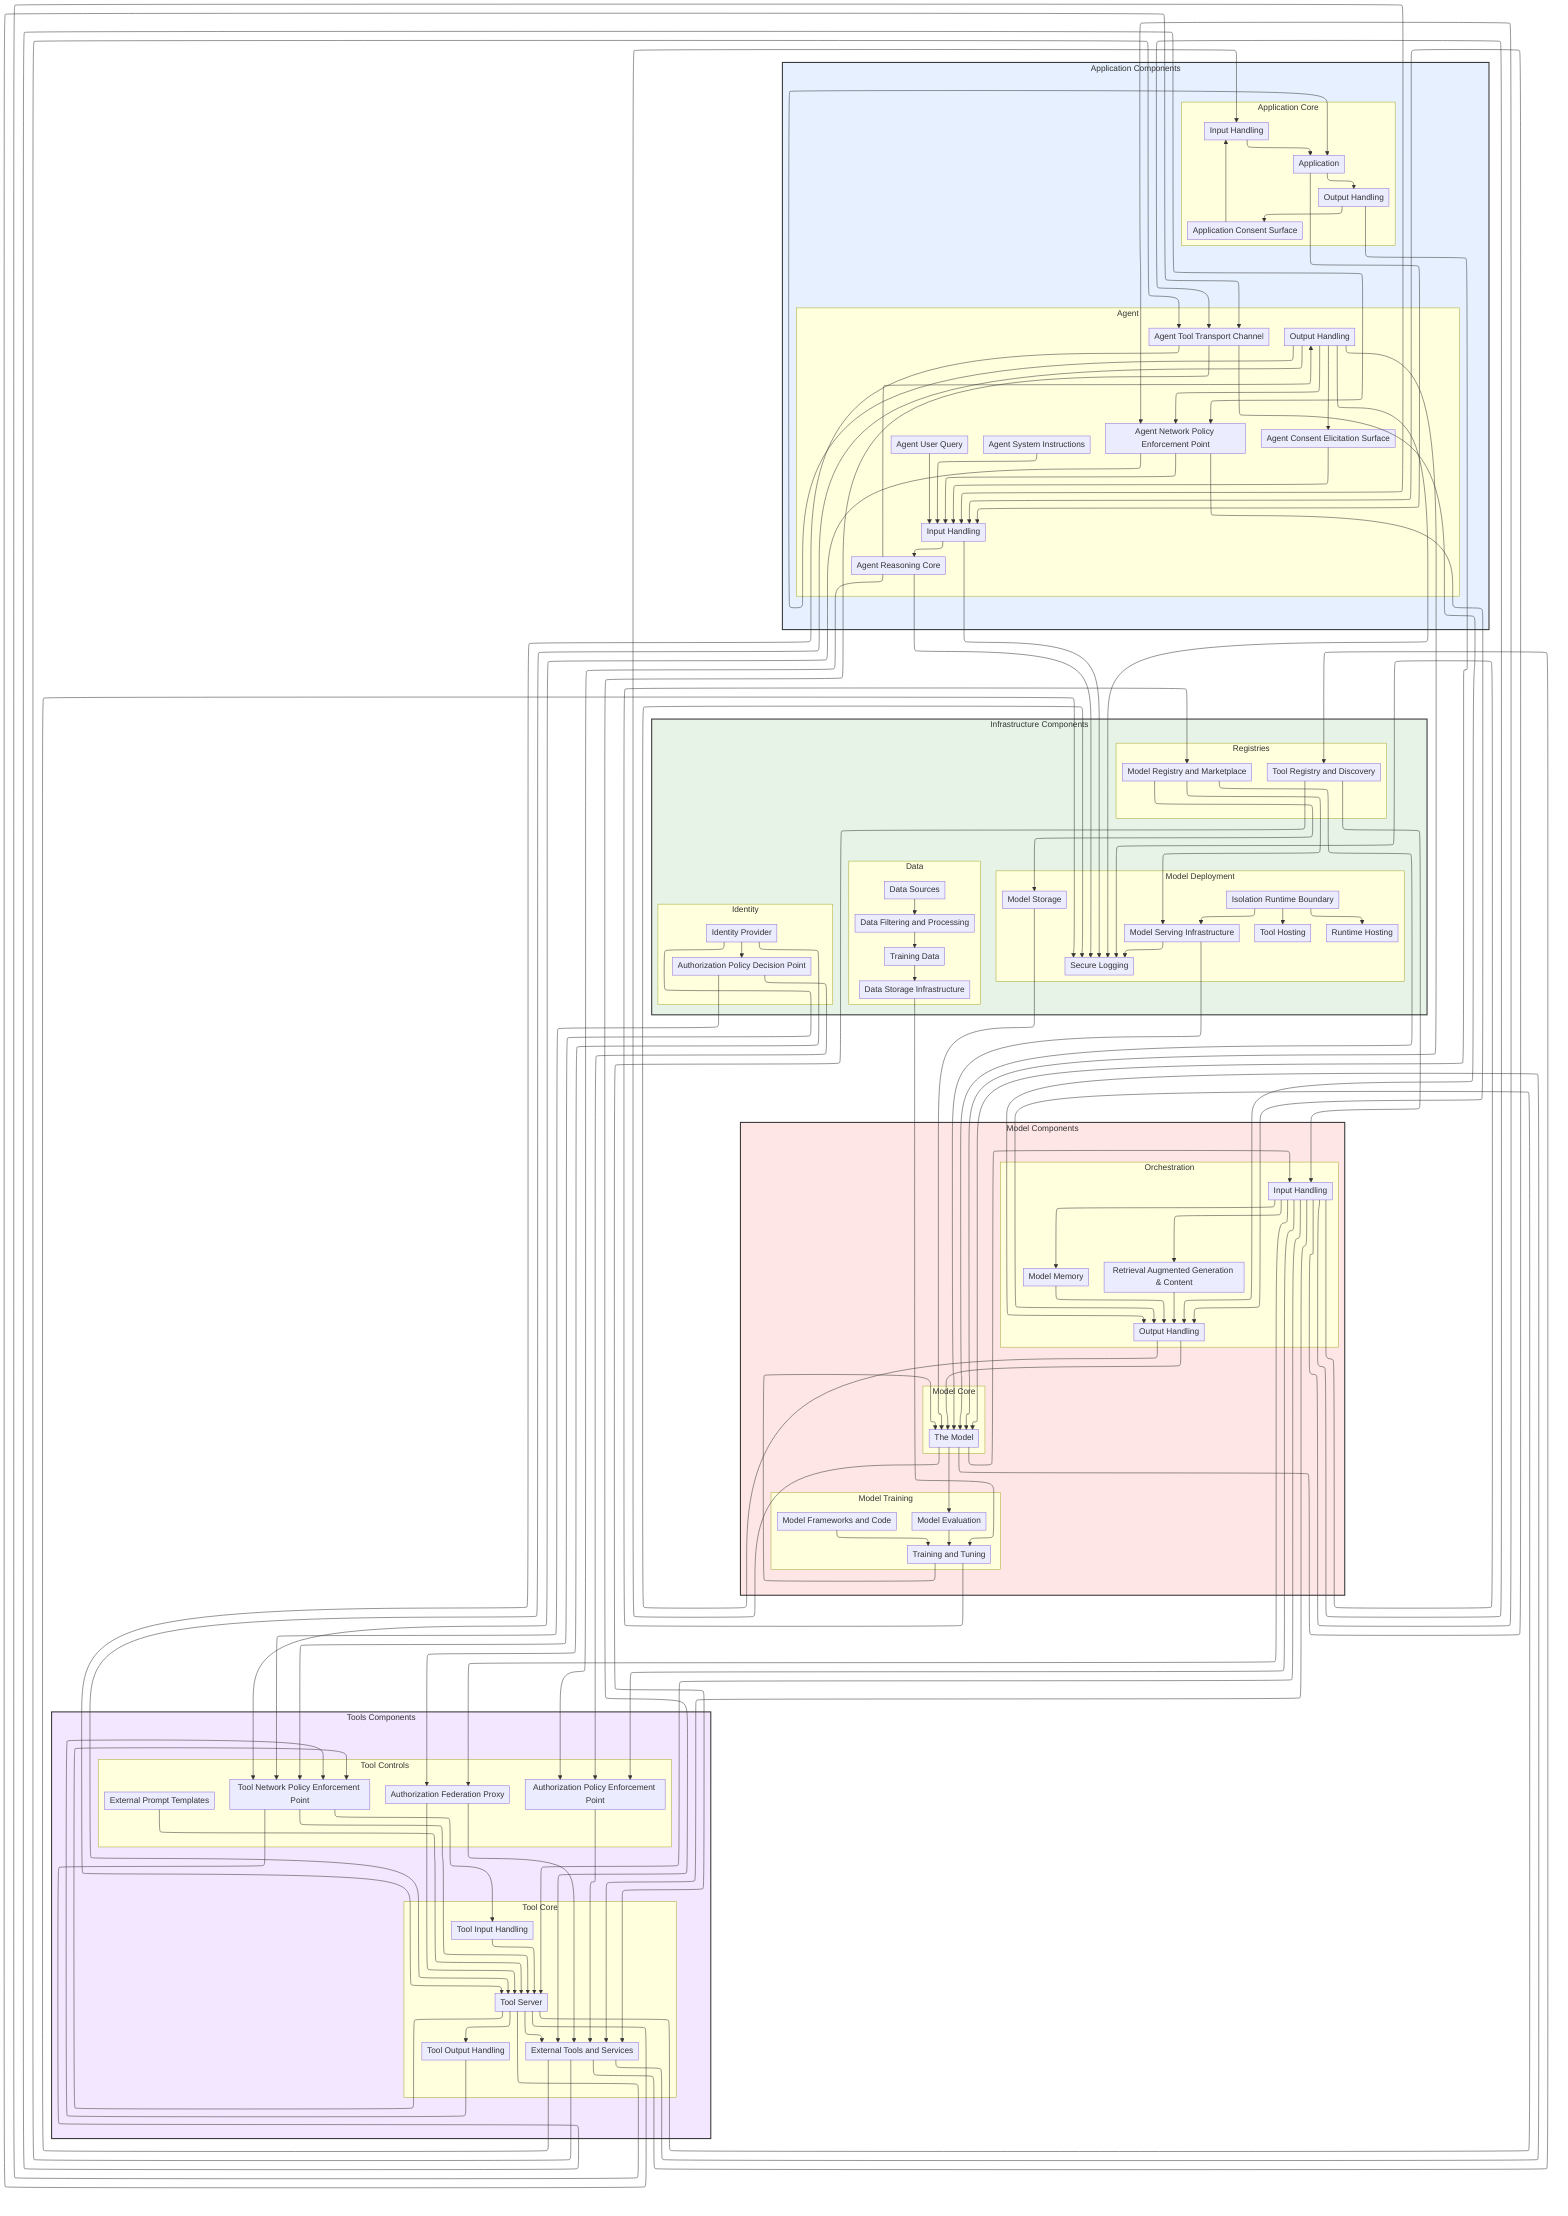
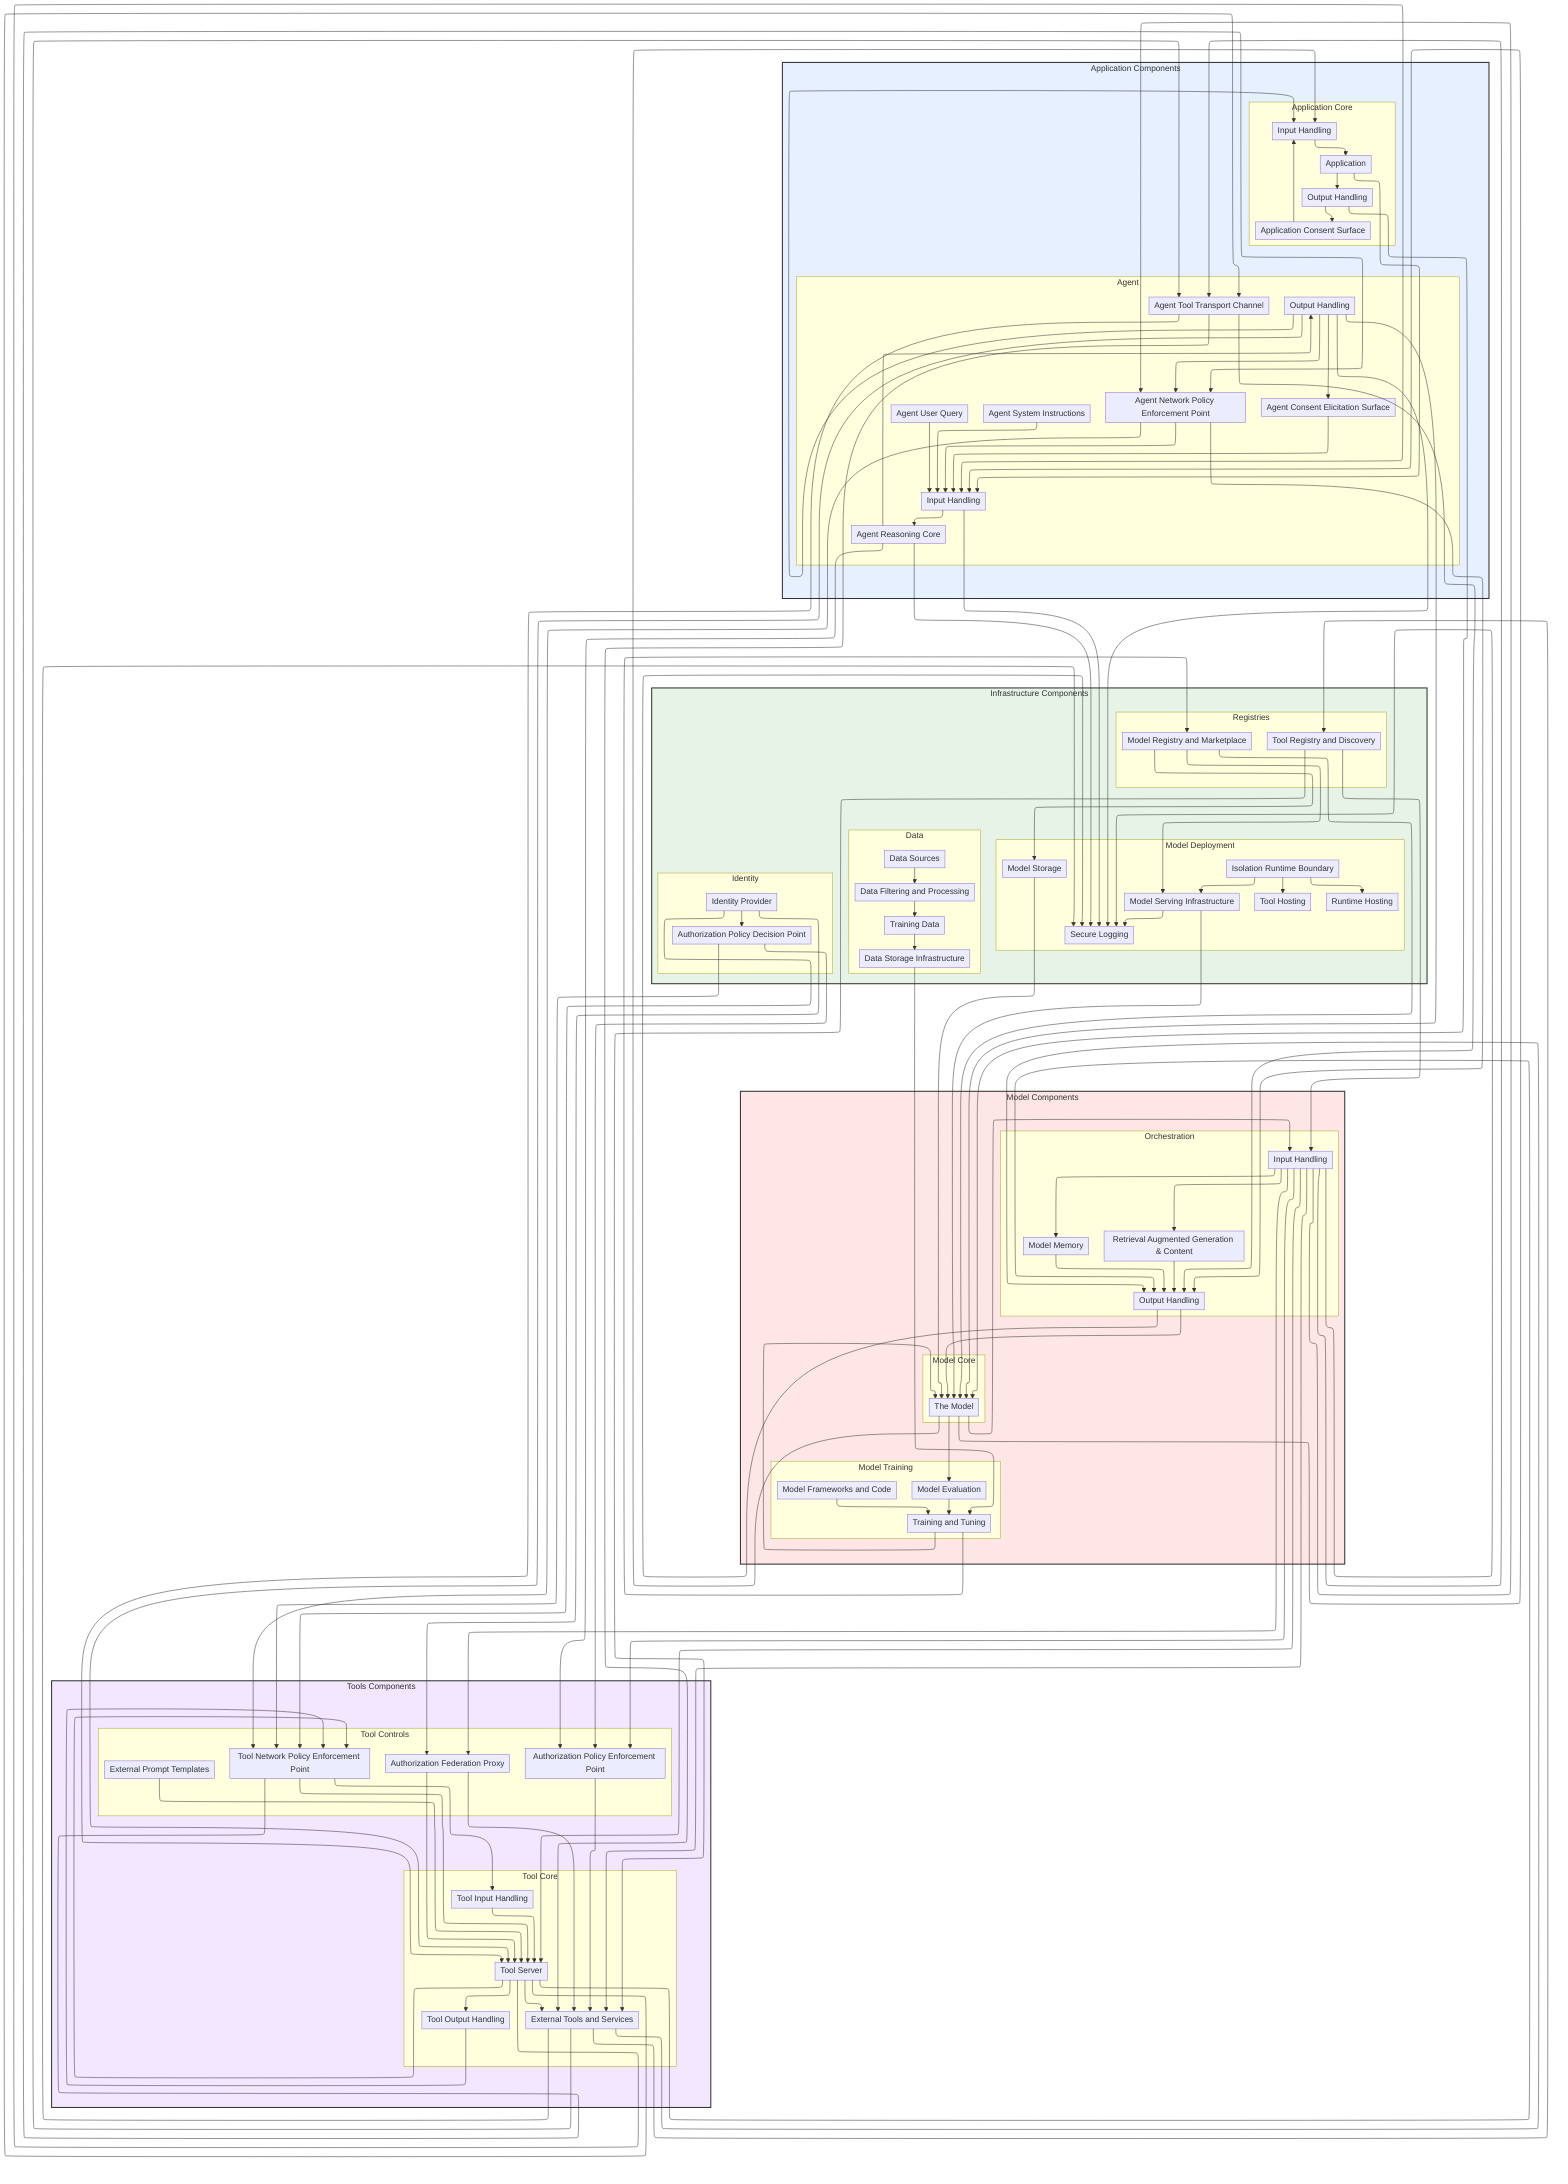
---
config:
  layout: elk
  elk:
    mergeEdges: False
    nodePlacementStrategy: BRANDES_KOEPF
---

graph TD
   %%{init: {'flowchart': {'nodeSpacing': 25, 'rankSpacing': 30, 'padding': 5, 'wrappingWidth': 250}}}%%
    classDef hidden display: none;
    classDef allControl stroke:#4285f4,stroke-width:2px,stroke-dasharray: 5 5

    subgraph componentsInfrastructure ["Infrastructure Components"]
        subgraph componentsData ["Data"]
            componentDataFilteringAndProcessing[Data Filtering and Processing]
            componentDataSources[Data Sources]
            componentDataStorage[Data Storage Infrastructure]
            componentTrainingData[Training Data]
        end
        subgraph componentsModelDeployment ["Model Deployment"]
            componentIsolationRuntime[Isolation Runtime Boundary]
            componentModelServing[Model Serving Infrastructure]
            componentModelStorage[Model Storage]
            componentRuntimeHosting[Runtime Hosting]
            componentSecureLogging[Secure Logging]
            componentToolHosting[Tool Hosting]
        end
        subgraph componentsRegistries ["Registries"]
            componentModelRegistry[Model Registry and Marketplace]
            componentToolRegistry[Tool Registry and Discovery]
        end
        subgraph componentsIdentity ["Identity"]
            componentAuthorizationPolicyDecisionPoint[Authorization Policy Decision Point]
            componentIdentityProvider[Identity Provider]
        end
    end

    subgraph componentsModel ["Model Components"]
        subgraph componentsModelTraining ["Model Training"]
            componentModelEvaluation[Model Evaluation]
            componentModelFrameworksAndCode[Model Frameworks and Code]
            componentModelTrainingTuning[Training and Tuning]
        end
        subgraph componentsModelCore ["Model Core"]
            componentTheModel[The Model]
        end
        subgraph componentsOrchestration ["Orchestration"]
            componentMemory[Model Memory]
            componentOrchestrationInputHandling[Input Handling]
            componentOrchestrationOutputHandling[Output Handling]
            componentRAGContent[Retrieval Augmented Generation & Content]
        end
    end

    subgraph componentsApplication ["Application Components"]
        subgraph componentsApplicationCore ["Application Core"]
            componentApplication[Application]
            componentApplicationConsentSurface[Application Consent Surface]
            componentApplicationInputHandling[Input Handling]
            componentApplicationOutputHandling[Output Handling]
        end
        subgraph componentsAgent ["Agent"]
            componentAgentConsentSurface[Agent Consent Elicitation Surface]
            componentAgentInputHandling[Input Handling]
            componentAgentNetworkPolicyEnforcementPoint[Agent Network Policy Enforcement Point]
            componentAgentOutputHandling[Output Handling]
            componentAgentSystemInstruction[Agent System Instructions]
            componentAgentToolTransport[Agent Tool Transport Channel]
            componentAgentUserQuery[Agent User Query]
            componentReasoningCore[Agent Reasoning Core]
        end
    end

    subgraph componentsTools ["Tools Components"]
        subgraph componentsToolCore ["Tool Core"]
            componentToolInputHandling[Tool Input Handling]
            componentToolOutputHandling[Tool Output Handling]
            componentToolServer[Tool Server]
            componentTools[External Tools and Services]
        end
        subgraph componentsToolControls ["Tool Controls"]
            componentAuthorizationPolicyEnforcementPoint[Authorization Policy Enforcement Point]
            componentExternalPromptTemplate[External Prompt Templates]
            componentFederationProxy[Authorization Federation Proxy]
            componentToolNetworkPolicyEnforcementPoint[Tool Network Policy Enforcement Point]
        end
    end


    componentDataSources --> componentDataFilteringAndProcessing
    componentDataFilteringAndProcessing --> componentTrainingData
    componentTrainingData --> componentDataStorage
    componentDataStorage --> componentModelTrainingTuning
    componentModelFrameworksAndCode --> componentModelTrainingTuning
    componentModelEvaluation --> componentModelTrainingTuning
    componentModelTrainingTuning --> componentTheModel
    componentModelTrainingTuning --> componentModelRegistry
    componentModelStorage --> componentTheModel
    componentModelServing --> componentTheModel
    componentModelServing --> componentSecureLogging
    componentModelRegistry --> componentModelServing
    componentModelRegistry --> componentTheModel
    componentModelRegistry --> componentModelStorage
    componentTheModel --> componentModelEvaluation
    componentTheModel --> componentAgentInputHandling
    componentTheModel --> componentApplicationInputHandling
    componentTheModel --> componentOrchestrationInputHandling
    componentApplication --> componentApplicationOutputHandling
    componentApplication --> componentAgentInputHandling
    componentApplicationOutputHandling --> componentTheModel
    componentApplicationOutputHandling --> componentApplicationConsentSurface
    componentApplicationInputHandling --> componentApplication
    componentReasoningCore --> componentAgentOutputHandling
    componentReasoningCore --> componentAuthorizationPolicyEnforcementPoint
    componentReasoningCore --> componentSecureLogging
    componentOrchestrationOutputHandling --> componentTheModel
    componentOrchestrationOutputHandling --> componentSecureLogging
    componentOrchestrationInputHandling --> componentTools
    componentOrchestrationInputHandling --> componentMemory
    componentOrchestrationInputHandling --> componentRAGContent
    componentOrchestrationInputHandling --> componentToolServer
    componentOrchestrationInputHandling --> componentAgentToolTransport
    componentOrchestrationInputHandling --> componentFederationProxy
    componentOrchestrationInputHandling --> componentAgentNetworkPolicyEnforcementPoint
    componentOrchestrationInputHandling --> componentAuthorizationPolicyEnforcementPoint
    componentOrchestrationInputHandling --> componentSecureLogging
    componentTools --> componentOrchestrationOutputHandling
    componentTools --> componentToolRegistry
    componentTools --> componentAgentToolTransport
    componentTools --> componentSecureLogging
    componentToolRegistry --> componentOrchestrationInputHandling
    componentToolRegistry --> componentTools
    componentMemory --> componentOrchestrationOutputHandling
    componentRAGContent --> componentOrchestrationOutputHandling
    componentAgentUserQuery --> componentAgentInputHandling
    componentAgentSystemInstruction --> componentAgentInputHandling
    componentAgentInputHandling --> componentReasoningCore
    componentAgentInputHandling --> componentSecureLogging
-     componentAgentOutputHandling --> componentApplication
+     componentAgentOutputHandling --> componentApplicationInputHandling
    componentAgentOutputHandling --> componentTheModel
    componentAgentOutputHandling --> componentAgentConsentSurface
    componentAgentOutputHandling --> componentAgentNetworkPolicyEnforcementPoint
    componentAgentOutputHandling --> componentSecureLogging
    componentAgentOutputHandling --> componentToolServer
    componentIdentityProvider --> componentAuthorizationPolicyDecisionPoint
    componentIdentityProvider --> componentFederationProxy
    componentIdentityProvider --> componentToolNetworkPolicyEnforcementPoint
    componentAuthorizationPolicyDecisionPoint --> componentAuthorizationPolicyEnforcementPoint
    componentAuthorizationPolicyDecisionPoint --> componentToolNetworkPolicyEnforcementPoint
    componentExternalPromptTemplate --> componentToolServer
    componentAgentConsentSurface --> componentAgentInputHandling
    componentIsolationRuntime --> componentModelServing
    componentIsolationRuntime --> componentToolHosting
    componentIsolationRuntime --> componentRuntimeHosting
    componentToolServer --> componentTools
    componentToolServer --> componentOrchestrationOutputHandling
    componentToolServer --> componentAgentInputHandling
    componentToolServer --> componentAgentToolTransport
    componentToolServer --> componentToolNetworkPolicyEnforcementPoint
    componentToolServer --> componentToolOutputHandling
    componentAgentToolTransport --> componentTools
    componentAgentToolTransport --> componentToolServer
    componentAgentToolTransport --> componentOrchestrationOutputHandling
    componentFederationProxy --> componentTools
    componentFederationProxy --> componentToolServer
    componentAgentNetworkPolicyEnforcementPoint --> componentAgentInputHandling
    componentAgentNetworkPolicyEnforcementPoint --> componentOrchestrationOutputHandling
    componentAgentNetworkPolicyEnforcementPoint --> componentToolNetworkPolicyEnforcementPoint
    componentAuthorizationPolicyEnforcementPoint --> componentTools
    componentToolNetworkPolicyEnforcementPoint --> componentToolServer
    componentToolNetworkPolicyEnforcementPoint --> componentAgentNetworkPolicyEnforcementPoint
    componentToolNetworkPolicyEnforcementPoint --> componentToolInputHandling
    componentApplicationConsentSurface --> componentApplicationInputHandling
    componentToolInputHandling --> componentToolServer
    componentToolOutputHandling --> componentToolNetworkPolicyEnforcementPoint

%% Node style definitions
    style componentsInfrastructure fill:#e6f3e6,stroke:#333333,stroke-width:2px
    style componentsApplication fill:#e6f0ff,stroke:#333333,stroke-width:2px
    style componentsModel fill:#ffe6e6,stroke:#333333,stroke-width:2px
    style componentsTools fill:#f3e6ff,stroke:#333333,stroke-width:2px
